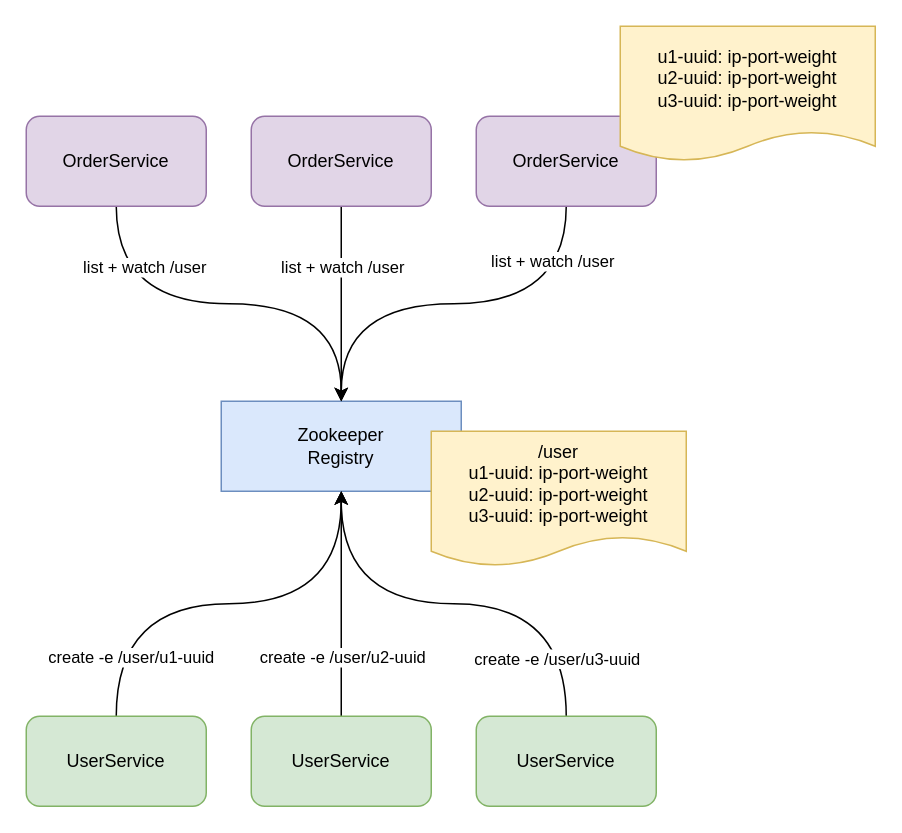
Earlier version of the draw.io diagram zookeeper/zookeeper-registry.drawio (thebesteric/draw.io). Source tidied: cells renumbered, new cells numbered last; positions are measured from the earlier drawing's top-left corner, leaving out a move shared by most shapes. Both pictures are drawn from the tidied source at 150%, with x=0, y=0 at pixel (26, 26).
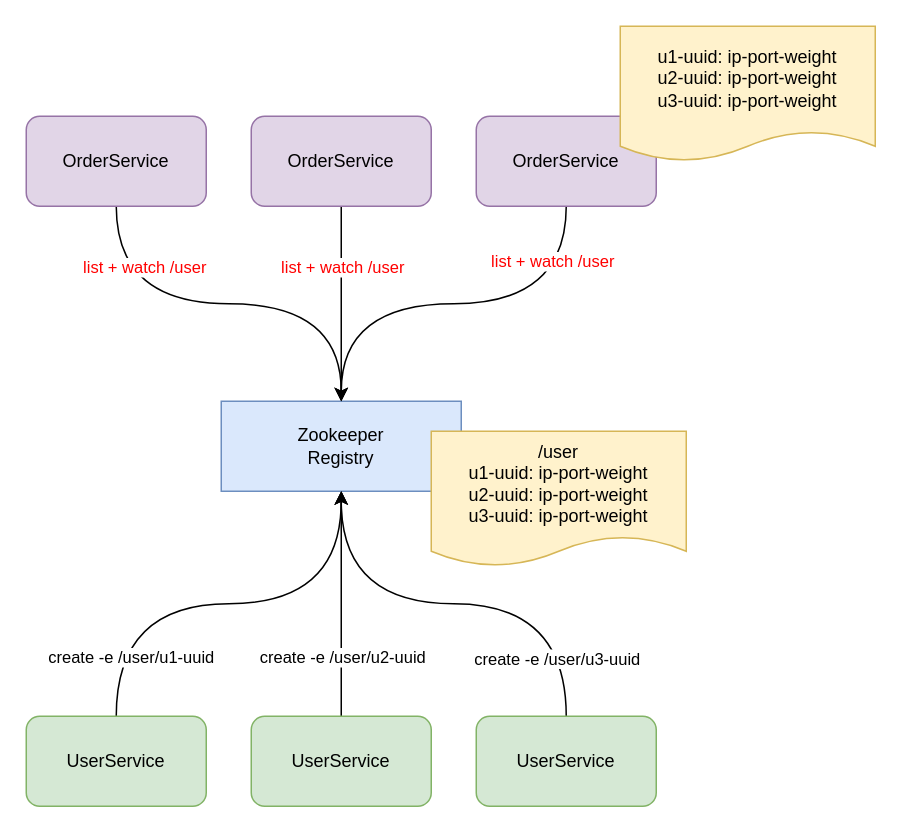
Above is the later version.

Unchanged cells that the change refers to:
```xml
<mxCell id="12" style="edgeStyle=orthogonalEdgeStyle;curved=1;rounded=0;jettySize=auto;html=1;exitX=0.5;exitY=1;exitDx=0;exitDy=0;" parent="1" edge="1" source="14" target="2">
  <mxGeometry relative="1" as="geometry" />
</mxCell>
<mxCell id="15" style="edgeStyle=orthogonalEdgeStyle;curved=1;rounded=0;jettySize=auto;html=1;exitX=0.5;exitY=1;exitDx=0;exitDy=0;" parent="1" edge="1" source="17" target="2">
  <mxGeometry relative="1" as="geometry" />
</mxCell>
<mxCell id="18" style="edgeStyle=orthogonalEdgeStyle;curved=1;rounded=0;jettySize=auto;html=1;exitX=0.5;exitY=1;exitDx=0;exitDy=0;" parent="1" edge="1" source="20" target="2">
  <mxGeometry relative="1" as="geometry" />
</mxCell>
```

Change to the diagram source:
```diff
@@
-    <mxCell id="13" value="list + watch /user" style="edgeLabel;html=1;align=center;verticalAlign=middle;" parent="12" vertex="1">
+    <mxCell id="13" value="&lt;font color=&quot;#ff0000&quot;&gt;list + watch /user&lt;/font&gt;" style="edgeLabel;html=1;align=center;verticalAlign=middle;" parent="12" vertex="1">
       <mxGeometry x="-0.74" y="-10" relative="1" as="geometry" />
     </mxCell>
@@
-    <mxCell id="16" value="list + watch /user" style="edgeLabel;html=1;align=center;verticalAlign=middle;" parent="15" vertex="1">
+    <mxCell id="16" value="&lt;font color=&quot;#ff0000&quot;&gt;list + watch /user&lt;/font&gt;" style="edgeLabel;html=1;align=center;verticalAlign=middle;" parent="15" vertex="1">
       <mxGeometry x="-0.45" y="1" relative="1" as="geometry">
         <mxPoint x="-1" y="4" as="offset" />
       </mxGeometry>
     </mxCell>
@@
-    <mxCell id="19" value="list + watch /user" style="edgeLabel;html=1;align=center;verticalAlign=middle;" parent="18" vertex="1">
+    <mxCell id="19" value="&lt;font color=&quot;#ff0000&quot;&gt;list + watch /user&lt;/font&gt;" style="edgeLabel;html=1;align=center;verticalAlign=middle;" parent="18" vertex="1">
       <mxGeometry x="-0.31" y="12" relative="1" as="geometry">
         <mxPoint x="-14" y="-13" as="offset" />
       </mxGeometry>
     </mxCell>
```
